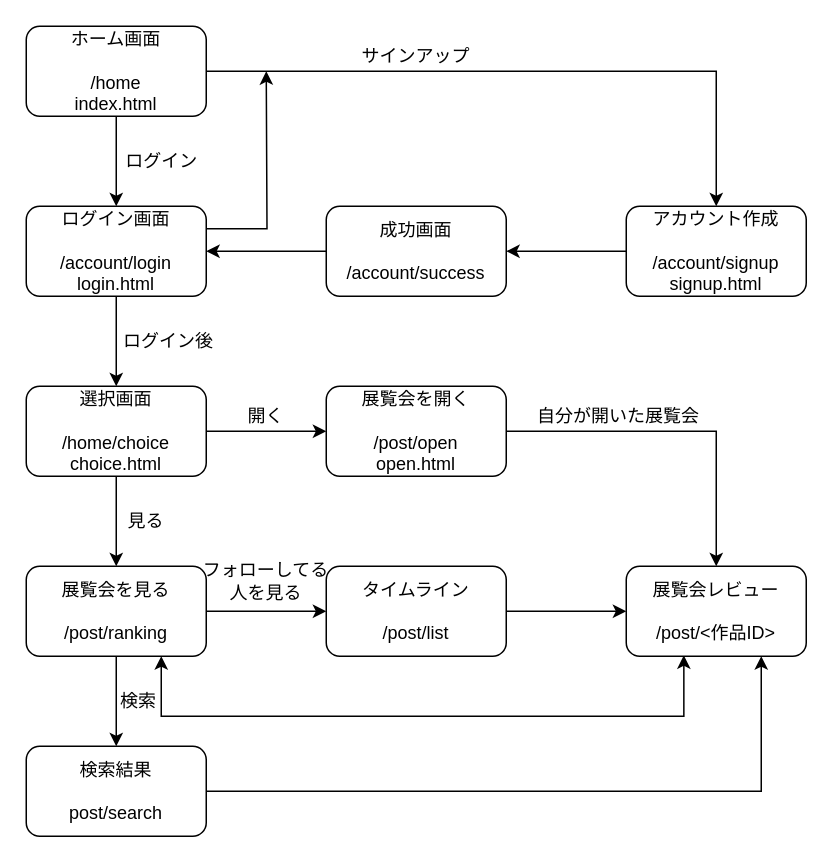
Above: plan.drawio in 012xx/online_museum (draw.io), before the change. Source tidied: cells renumbered, new cells numbered last; positions are measured from the earlier drawing's top-left corner, leaving out a move shared by most shapes. Both pictures are drawn from the tidied source at 150%, with x=0, y=0 at pixel (26, 26).
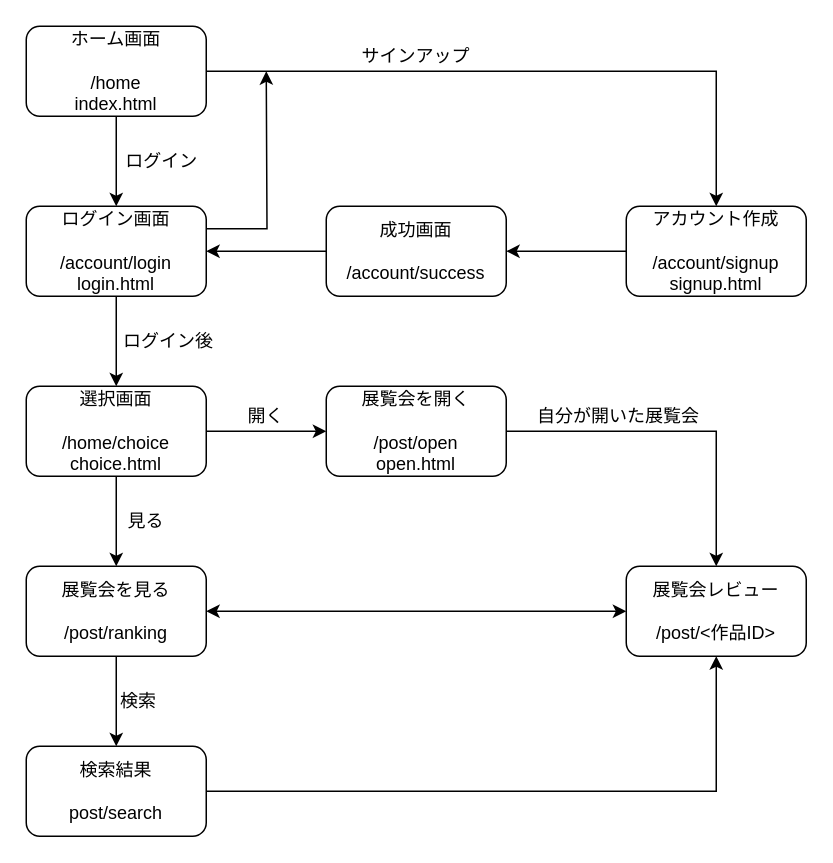
After the change.

Commit message:
設計図を更新

The change refers to these unchanged cells:
```xml
<mxCell id="19" value="展覧会を見る&lt;br&gt;&lt;br&gt;/post/ranking" style="rounded=1;whiteSpace=wrap;html=1;" parent="1" vertex="1">
  <mxGeometry y="360" width="120" height="60" as="geometry" />
</mxCell>
<mxCell id="24" value="展覧会レビュー&lt;br&gt;&lt;br&gt;/post/&amp;lt;作品ID&amp;gt;&lt;br&gt;" style="rounded=1;whiteSpace=wrap;html=1;" parent="1" vertex="1">
  <mxGeometry x="400" y="360" width="120" height="60" as="geometry" />
</mxCell>
<mxCell id="31" value="検索結果&lt;br&gt;&lt;br&gt;post/search&lt;br&gt;" style="rounded=1;whiteSpace=wrap;html=1;" parent="1" vertex="1">
  <mxGeometry y="480" width="120" height="60" as="geometry" />
</mxCell>
```

Change to the diagram source:
```diff
@@
-    <mxCell id="16" style="edgeStyle=orthogonalEdgeStyle;rounded=0;jettySize=auto;html=1;entryX=0;entryY=0.5;entryDx=0;entryDy=0;" parent="1" edge="1" source="19" target="26">
-      <mxGeometry relative="1" as="geometry" />
-    </mxCell>
@@
-    <mxCell id="18" style="edgeStyle=orthogonalEdgeStyle;rounded=0;jettySize=auto;html=1;exitX=0.75;exitY=1;exitDx=0;exitDy=0;entryX=0.32;entryY=0.99;entryDx=0;entryDy=0;entryPerimeter=0;startArrow=classic;startFill=1;" parent="1" edge="1" source="19" target="24">
-      <mxGeometry relative="1" as="geometry">
-        <Array as="points">
-          <mxPoint x="90" y="460" />
-          <mxPoint x="438" y="460" />
-        </Array>
-      </mxGeometry>
+    <mxCell id="18" style="edgeStyle=orthogonalEdgeStyle;rounded=0;jettySize=auto;html=1;entryX=0;entryY=0.5;entryDx=0;entryDy=0;startArrow=classic;startFill=1;" parent="1" edge="1" source="19" target="24">
+      <mxGeometry relative="1" as="geometry" />
     </mxCell>
@@
-    <mxCell id="25" style="edgeStyle=orthogonalEdgeStyle;rounded=0;jettySize=auto;html=1;entryX=0;entryY=0.5;entryDx=0;entryDy=0;" parent="1" edge="1" source="26" target="24">
-      <mxGeometry relative="1" as="geometry" />
-    </mxCell>
-    <mxCell id="26" value="タイムライン&lt;br&gt;&lt;br&gt;/post/list&lt;br&gt;" style="rounded=1;whiteSpace=wrap;html=1;" parent="1" vertex="1">
-      <mxGeometry x="200" y="360" width="120" height="60" as="geometry" />
-    </mxCell>
@@
-    <mxCell id="30" style="edgeStyle=orthogonalEdgeStyle;rounded=0;jettySize=auto;html=1;exitX=1;exitY=0.5;exitDx=0;exitDy=0;entryX=0.75;entryY=1;entryDx=0;entryDy=0;" parent="1" edge="1" source="31" target="24">
+    <mxCell id="30" style="edgeStyle=orthogonalEdgeStyle;rounded=0;jettySize=auto;html=1;exitX=1;exitY=0.5;exitDx=0;exitDy=0;entryX=0.5;entryY=1;entryDx=0;entryDy=0;startArrow=none;startFill=0;" parent="1" edge="1" source="31" target="24">
       <mxGeometry relative="1" as="geometry" />
     </mxCell>
@@
-    <mxCell id="32" value="フォローしてる&lt;br&gt;人を見る" style="text;html=1;strokeColor=none;fillColor=none;align=center;verticalAlign=middle;whiteSpace=wrap;rounded=0;" parent="1" vertex="1">
-      <mxGeometry x="95" y="360" width="130" height="20" as="geometry" />
-    </mxCell>
```
